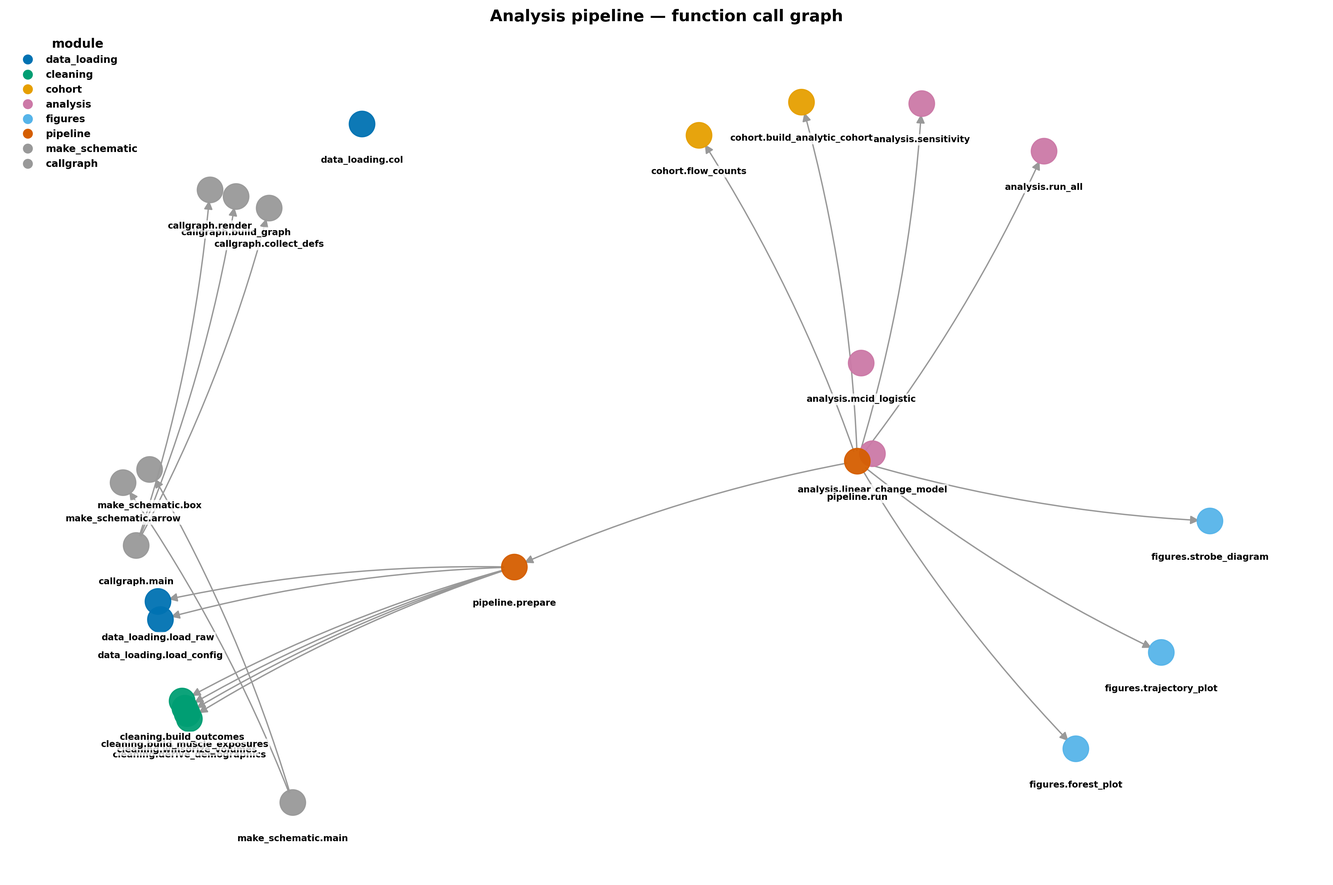
Before: docs/callgraph.png, a diagram exported from Mermaid (nielspac177/lumbar-muscle-pro). Its source is kept beside it as docs/callgraph.mmd.
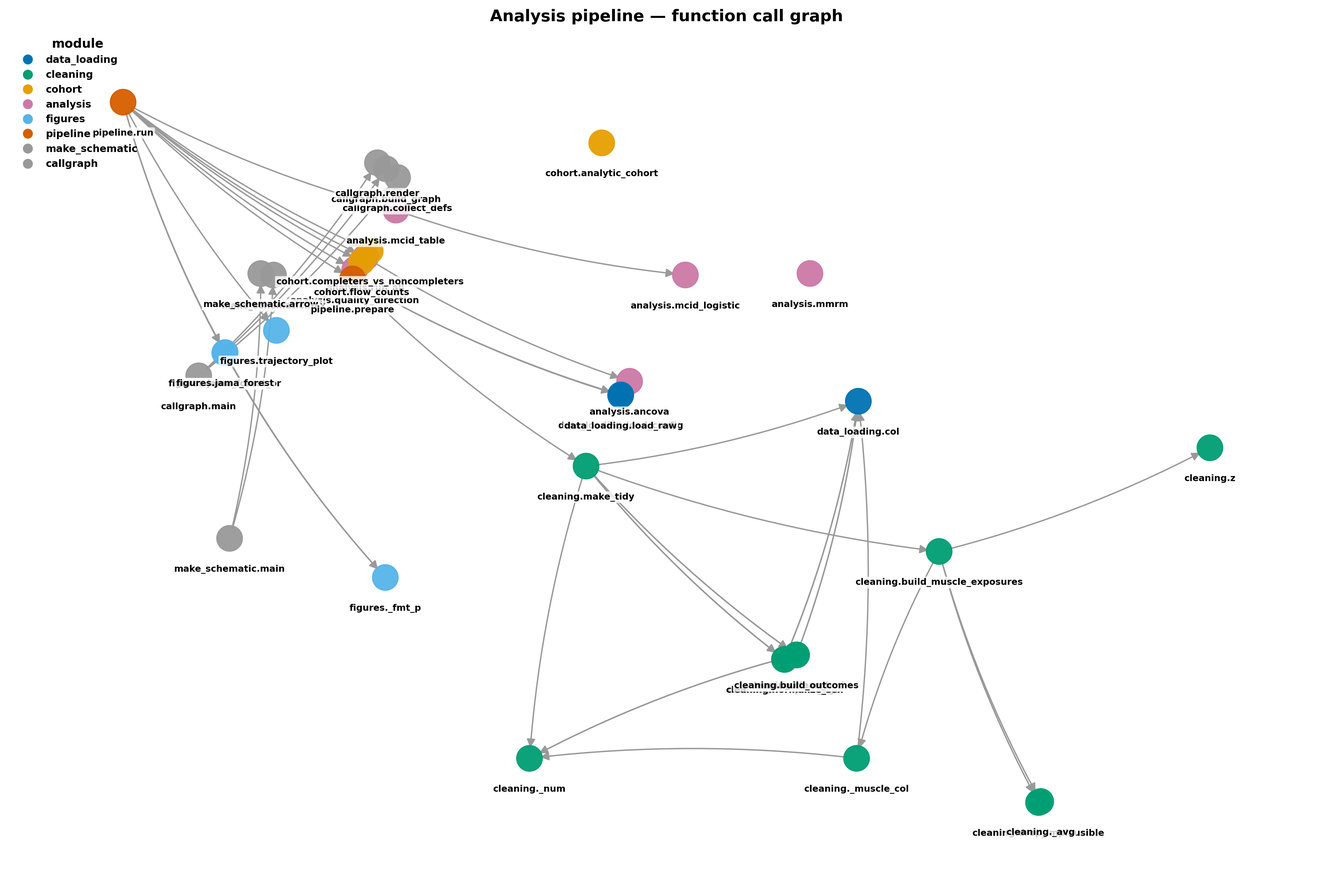
The same file after the commit.

The edit, as a diff of the source:
```diff
@@ -1,4 +1,6 @@
 flowchart LR
+    analysis_mcid_table["analysis.mcid_table"] --> analysis_mcid_logistic["analysis.mcid_logistic"]
+    analysis_run_all["analysis.run_all"] --> analysis_ancova["analysis.ancova"]
     callgraph_main["callgraph.main"] --> callgraph_collect_defs["callgraph.collect_defs"]
     callgraph_main["callgraph.main"] --> callgraph_build_graph["callgraph.build_graph"]
     callgraph_main["callgraph.main"] --> callgraph_render["callgraph.render"]
@@ -6,15 +8,34 @@
     make_schematic_main["make_schematic.main"] --> make_schematic_arrow["make_schematic.arrow"]
     pipeline_prepare["pipeline.prepare"] --> data_loading_load_config["data_loading.load_config"]
     pipeline_prepare["pipeline.prepare"] --> data_loading_load_raw["data_loading.load_raw"]
-    pipeline_prepare["pipeline.prepare"] --> cleaning_derive_demographics["cleaning.derive_demographics"]
-    pipeline_prepare["pipeline.prepare"] --> cleaning_winsorize_volumes["cleaning.winsorize_volumes"]
-    pipeline_prepare["pipeline.prepare"] --> cleaning_build_muscle_exposures["cleaning.build_muscle_exposures"]
-    pipeline_prepare["pipeline.prepare"] --> cleaning_build_outcomes["cleaning.build_outcomes"]
+    pipeline_prepare["pipeline.prepare"] --> cleaning_make_tidy["cleaning.make_tidy"]
+    cleaning_make_tidy["cleaning.make_tidy"] --> data_loading_col["data_loading.col"]
+    cleaning_make_tidy["cleaning.make_tidy"] --> cleaning_compute_age["cleaning.compute_age"]
+    cleaning_make_tidy["cleaning.make_tidy"] --> cleaning_normalize_sex["cleaning.normalize_sex"]
+    cleaning_make_tidy["cleaning.make_tidy"] --> cleaning__num["cleaning._num"]
+    cleaning_make_tidy["cleaning.make_tidy"] --> cleaning_clean_bmi["cleaning.clean_bmi"]
+    cleaning_make_tidy["cleaning.make_tidy"] --> cleaning_build_muscle_exposures["cleaning.build_muscle_exposures"]
+    cleaning_make_tidy["cleaning.make_tidy"] --> cleaning_build_outcomes["cleaning.build_outcomes"]
     pipeline_run["pipeline.run"] --> pipeline_prepare["pipeline.prepare"]
     pipeline_run["pipeline.run"] --> cohort_flow_counts["cohort.flow_counts"]
-    pipeline_run["pipeline.run"] --> cohort_build_analytic_cohort["cohort.build_analytic_cohort"]
+    pipeline_run["pipeline.run"] --> analysis_quality_direction["analysis.quality_direction"]
     pipeline_run["pipeline.run"] --> analysis_run_all["analysis.run_all"]
-    pipeline_run["pipeline.run"] --> analysis_sensitivity["analysis.sensitivity"]
-    pipeline_run["pipeline.run"] --> figures_forest_plot["figures.forest_plot"]
+    pipeline_run["pipeline.run"] --> analysis_mcid_table["analysis.mcid_table"]
+    pipeline_run["pipeline.run"] --> figures_jama_forest_or["figures.jama_forest_or"]
+    pipeline_run["pipeline.run"] --> figures_jama_forest["figures.jama_forest"]
     pipeline_run["pipeline.run"] --> figures_trajectory_plot["figures.trajectory_plot"]
-    pipeline_run["pipeline.run"] --> figures_strobe_diagram["figures.strobe_diagram"]
+    pipeline_run["pipeline.run"] --> cohort_completers_vs_noncompleters["cohort.completers_vs_noncompleters"]
+    figures_jama_forest_or["figures.jama_forest_or"] --> figures__fmt_p["figures._fmt_p"]
+    figures_jama_forest["figures.jama_forest"] --> figures__fmt_p["figures._fmt_p"]
+    cleaning__muscle_col["cleaning._muscle_col"] --> cleaning__num["cleaning._num"]
+    cleaning__muscle_col["cleaning._muscle_col"] --> data_loading_col["data_loading.col"]
+    cleaning_compute_age["cleaning.compute_age"] --> data_loading_col["data_loading.col"]
+    cleaning_normalize_sex["cleaning.normalize_sex"] --> data_loading_col["data_loading.col"]
+    cleaning_clean_bmi["cleaning.clean_bmi"] --> cleaning__num["cleaning._num"]
+    cleaning_clean_bmi["cleaning.clean_bmi"] --> data_loading_col["data_loading.col"]
+    cleaning_build_muscle_exposures["cleaning.build_muscle_exposures"] --> cleaning_drop_implausible["cleaning.drop_implausible"]
+    cleaning_build_muscle_exposures["cleaning.build_muscle_exposures"] --> cleaning__muscle_col["cleaning._muscle_col"]
+    cleaning_build_muscle_exposures["cleaning.build_muscle_exposures"] --> cleaning__avg["cleaning._avg"]
+    cleaning_build_muscle_exposures["cleaning.build_muscle_exposures"] --> cleaning_z["cleaning.z"]
+    cleaning_build_outcomes["cleaning.build_outcomes"] --> cleaning__num["cleaning._num"]
+    cleaning_build_outcomes["cleaning.build_outcomes"] --> data_loading_col["data_loading.col"]
```
